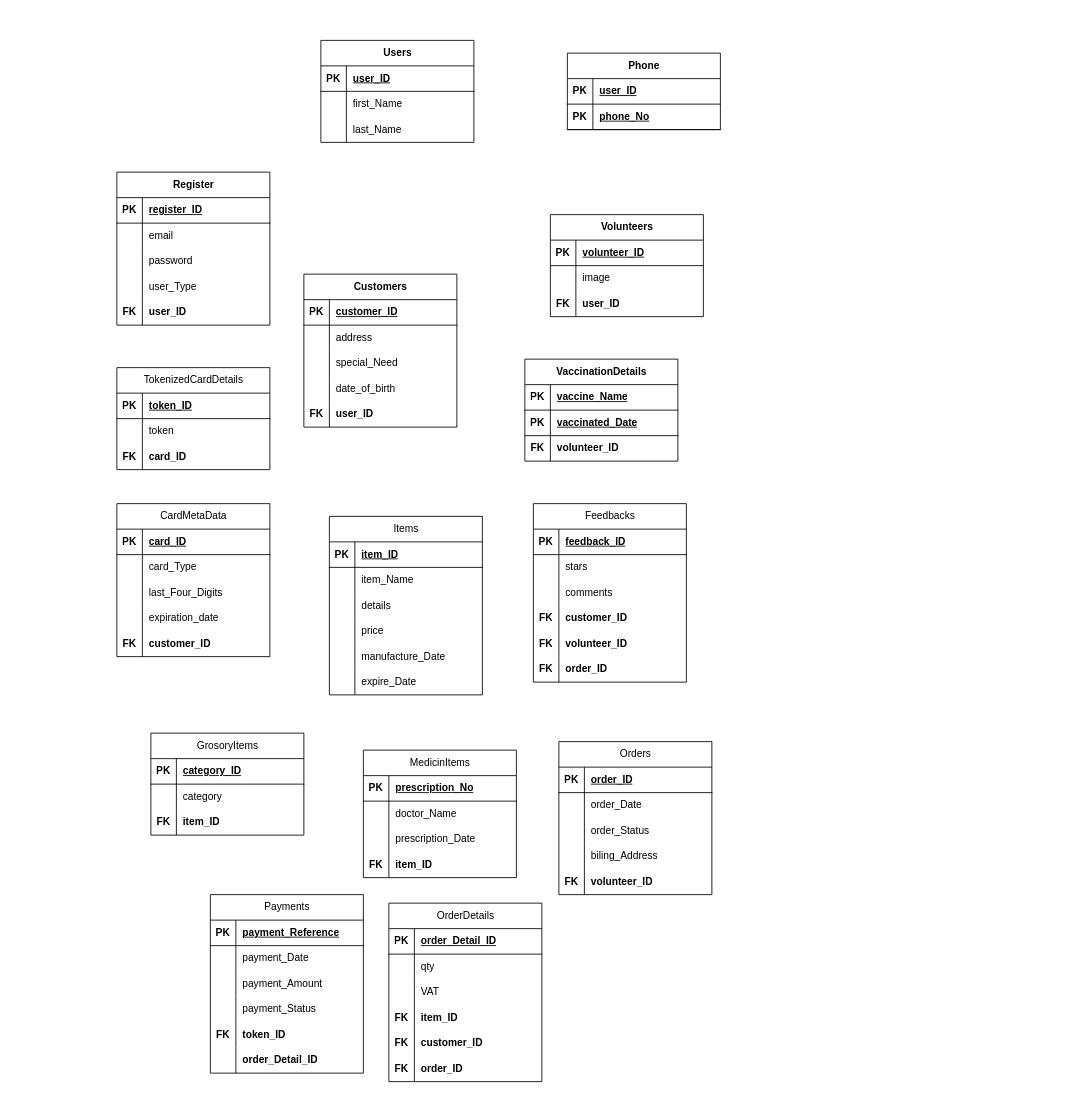
Earlier version of the draw.io diagram System Analysis and Design ER Diagram.drawio (AnjeloM/AnjeloM). Source tidied: cells renumbered, new cells numbered last; positions are measured from the earlier drawing's top-left corner, leaving out a move shared by most shapes. Both pictures are drawn from the tidied source at 85%, with x=0, y=0 at pixel (116, 40).
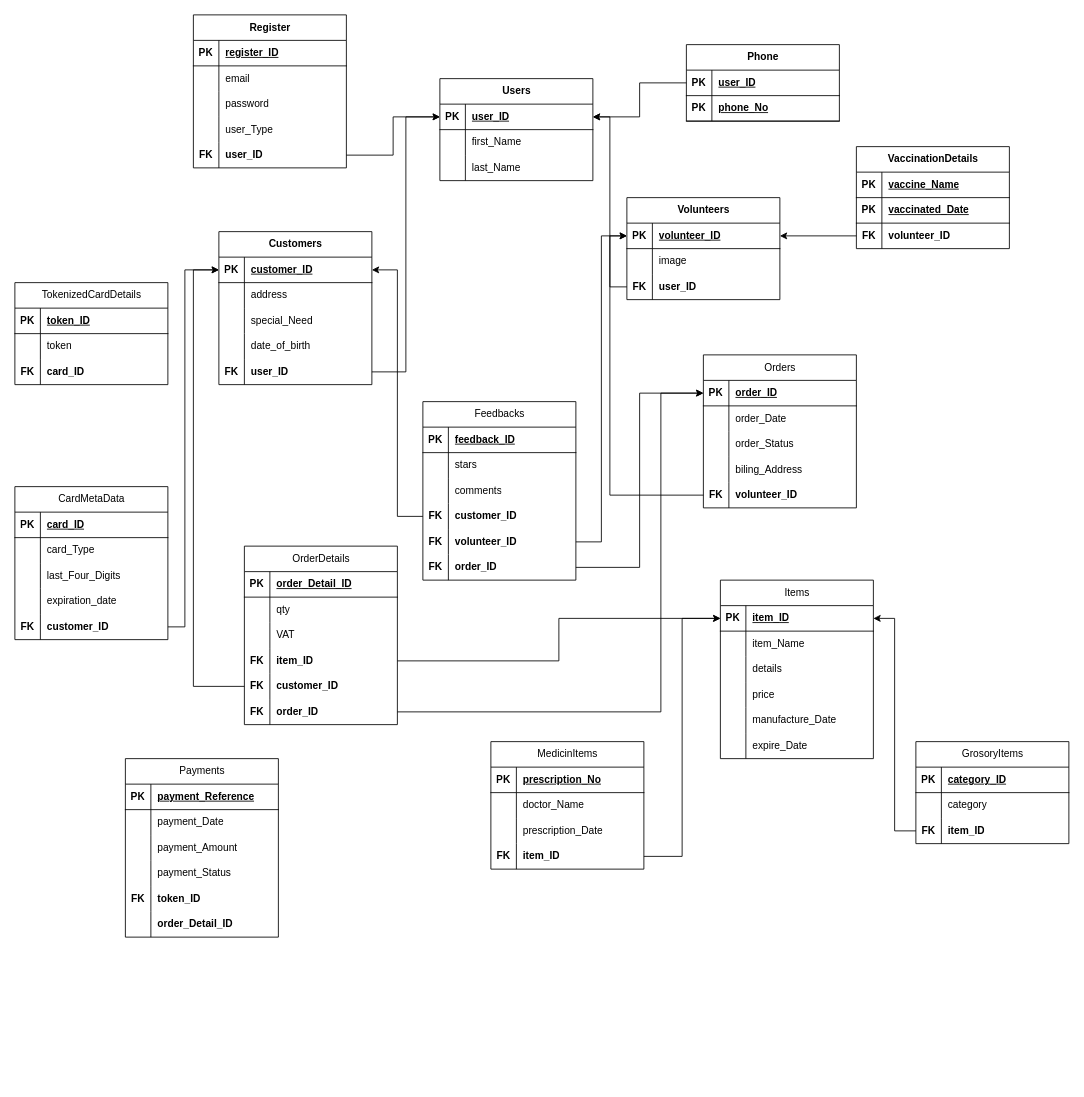
The same page after the edit.

The change refers to these unchanged cells:
```xml
<mxCell id="3" style="shape=tableRow;horizontal=0;startSize=0;swimlaneHead=0;swimlaneBody=0;fillColor=none;points=[[0,0.5],[1,0.5]];portConstraint=eastwest;top=0;left=0;right=0;bottom=1;" parent="2" vertex="1">
  <mxGeometry y="30" width="180" height="30" as="geometry" />
</mxCell>
<mxCell id="13" style="shape=tableRow;horizontal=0;startSize=0;swimlaneHead=0;swimlaneBody=0;fillColor=none;points=[[0,0.5],[1,0.5]];portConstraint=eastwest;top=0;left=0;right=0;bottom=1;" parent="12" vertex="1">
  <mxGeometry y="30" width="180" height="30" as="geometry" />
</mxCell>
<mxCell id="32" style="shape=tableRow;horizontal=0;startSize=0;swimlaneHead=0;swimlaneBody=0;fillColor=none;points=[[0,0.5],[1,0.5]];portConstraint=eastwest;top=0;left=0;right=0;bottom=0;" parent="19" vertex="1">
  <mxGeometry y="150" width="180" height="30" as="geometry" />
</mxCell>
<mxCell id="36" style="shape=tableRow;horizontal=0;startSize=0;swimlaneHead=0;swimlaneBody=0;fillColor=none;points=[[0,0.5],[1,0.5]];portConstraint=eastwest;top=0;left=0;right=0;bottom=1;" parent="35" vertex="1">
  <mxGeometry y="30" width="180" height="30" as="geometry" />
</mxCell>
<mxCell id="48" style="shape=tableRow;horizontal=0;startSize=0;swimlaneHead=0;swimlaneBody=0;fillColor=none;points=[[0,0.5],[1,0.5]];portConstraint=eastwest;top=0;left=0;right=0;bottom=0;" parent="35" vertex="1">
  <mxGeometry y="150" width="180" height="30" as="geometry" />
</mxCell>
<mxCell id="52" style="shape=tableRow;horizontal=0;startSize=0;swimlaneHead=0;swimlaneBody=0;fillColor=none;points=[[0,0.5],[1,0.5]];portConstraint=eastwest;top=0;left=0;right=0;bottom=1;" parent="51" vertex="1">
  <mxGeometry y="30" width="180" height="30" as="geometry" />
</mxCell>
<mxCell id="58" style="shape=tableRow;horizontal=0;startSize=0;swimlaneHead=0;swimlaneBody=0;fillColor=none;points=[[0,0.5],[1,0.5]];portConstraint=eastwest;top=0;left=0;right=0;bottom=0;" parent="51" vertex="1">
  <mxGeometry y="90" width="180" height="30" as="geometry" />
</mxCell>
<mxCell id="68" style="shape=tableRow;horizontal=0;startSize=0;swimlaneHead=0;swimlaneBody=0;fillColor=none;points=[[0,0.5],[1,0.5]];portConstraint=eastwest;top=0;left=0;right=0;bottom=0;" parent="61" vertex="1">
  <mxGeometry y="90" width="180" height="30" as="geometry" />
</mxCell>
<mxCell id="94" style="shape=tableRow;horizontal=0;startSize=0;swimlaneHead=0;swimlaneBody=0;fillColor=none;points=[[0,0.5],[1,0.5]];portConstraint=eastwest;top=0;left=0;right=0;bottom=0;" parent="81" vertex="1">
  <mxGeometry y="150" width="180" height="30" as="geometry" />
</mxCell>
<mxCell id="107" style="shape=tableRow;horizontal=0;startSize=0;swimlaneHead=0;swimlaneBody=0;fillColor=none;points=[[0,0.5],[1,0.5]];portConstraint=eastwest;top=0;left=0;right=0;bottom=0;" parent="97" vertex="1">
  <mxGeometry y="120" width="180" height="30" as="geometry" />
</mxCell>
<mxCell id="110" style="shape=tableRow;horizontal=0;startSize=0;swimlaneHead=0;swimlaneBody=0;fillColor=none;points=[[0,0.5],[1,0.5]];portConstraint=eastwest;top=0;left=0;right=0;bottom=0;" parent="97" vertex="1">
  <mxGeometry y="150" width="180" height="30" as="geometry" />
</mxCell>
<mxCell id="113" style="shape=tableRow;horizontal=0;startSize=0;swimlaneHead=0;swimlaneBody=0;fillColor=none;points=[[0,0.5],[1,0.5]];portConstraint=eastwest;top=0;left=0;right=0;bottom=0;" parent="97" vertex="1">
  <mxGeometry y="180" width="180" height="30" as="geometry" />
</mxCell>
<mxCell id="117" style="shape=tableRow;horizontal=0;startSize=0;swimlaneHead=0;swimlaneBody=0;fillColor=none;points=[[0,0.5],[1,0.5]];portConstraint=eastwest;top=0;left=0;right=0;bottom=1;" parent="116" vertex="1">
  <mxGeometry y="30" width="180" height="30" as="geometry" />
</mxCell>
<mxCell id="142" style="shape=tableRow;horizontal=0;startSize=0;swimlaneHead=0;swimlaneBody=0;fillColor=none;points=[[0,0.5],[1,0.5]];portConstraint=eastwest;top=0;left=0;right=0;bottom=0;" parent="135" vertex="1">
  <mxGeometry y="90" width="180" height="30" as="geometry" />
</mxCell>
<mxCell id="155" style="shape=tableRow;horizontal=0;startSize=0;swimlaneHead=0;swimlaneBody=0;fillColor=none;points=[[0,0.5],[1,0.5]];portConstraint=eastwest;top=0;left=0;right=0;bottom=0;" parent="145" vertex="1">
  <mxGeometry y="120" width="180" height="30" as="geometry" />
</mxCell>
<mxCell id="159" style="shape=tableRow;horizontal=0;startSize=0;swimlaneHead=0;swimlaneBody=0;fillColor=none;points=[[0,0.5],[1,0.5]];portConstraint=eastwest;top=0;left=0;right=0;bottom=1;" parent="158" vertex="1">
  <mxGeometry y="30" width="180" height="30" as="geometry" />
</mxCell>
<mxCell id="171" style="shape=tableRow;horizontal=0;startSize=0;swimlaneHead=0;swimlaneBody=0;fillColor=none;points=[[0,0.5],[1,0.5]];portConstraint=eastwest;top=0;left=0;right=0;bottom=0;" parent="158" vertex="1">
  <mxGeometry y="150" width="180" height="30" as="geometry" />
</mxCell>
<mxCell id="203" style="shape=tableRow;horizontal=0;startSize=0;swimlaneHead=0;swimlaneBody=0;fillColor=none;points=[[0,0.5],[1,0.5]];portConstraint=eastwest;top=0;left=0;right=0;bottom=0;" parent="193" vertex="1">
  <mxGeometry y="120" width="180" height="30" as="geometry" />
</mxCell>
<mxCell id="206" style="shape=tableRow;horizontal=0;startSize=0;swimlaneHead=0;swimlaneBody=0;fillColor=none;points=[[0,0.5],[1,0.5]];portConstraint=eastwest;top=0;left=0;right=0;bottom=0;" parent="193" vertex="1">
  <mxGeometry y="150" width="180" height="30" as="geometry" />
</mxCell>
<mxCell id="209" style="shape=tableRow;horizontal=0;startSize=0;swimlaneHead=0;swimlaneBody=0;fillColor=none;points=[[0,0.5],[1,0.5]];portConstraint=eastwest;top=0;left=0;right=0;bottom=0;" parent="193" vertex="1">
  <mxGeometry y="180" width="180" height="30" as="geometry" />
</mxCell>
```

The edit, as a diff of the source:
```diff
@@
     <mxCell id="2" value="Users" style="shape=table;startSize=30;childLayout=tableLayout;rowLines=0;fontStyle=1;align=center;html=1;" parent="1" vertex="1">
-      <mxGeometry x="240" width="180" height="120" as="geometry" />
+      <mxGeometry x="380" y="45" width="180" height="120" as="geometry" />
     </mxCell>
@@
     <mxCell id="12" value="Phone" style="shape=table;startSize=30;childLayout=tableLayout;rowLines=0;fontStyle=1;align=center;html=1;" parent="1" vertex="1">
-      <mxGeometry x="530" y="15" width="180" height="90" as="geometry" />
+      <mxGeometry x="670" y="5" width="180" height="90" as="geometry" />
     </mxCell>
@@
     <mxCell id="19" value="Register" style="shape=table;startSize=30;childLayout=tableLayout;rowLines=0;fontStyle=1;align=center;html=1;" parent="1" vertex="1">
-      <mxGeometry y="155" width="180" height="180" as="geometry" />
+      <mxGeometry x="90" y="-30" width="180" height="180" as="geometry" />
     </mxCell>
@@
     <mxCell id="35" value="Customers" style="shape=table;startSize=30;childLayout=tableLayout;rowLines=0;fontStyle=1;align=center;html=1;" parent="1" vertex="1">
-      <mxGeometry x="220" y="275" width="180" height="180" as="geometry" />
+      <mxGeometry x="120" y="225" width="180" height="180" as="geometry" />
     </mxCell>
@@
     <mxCell id="51" value="Volunteers" style="shape=table;startSize=30;childLayout=tableLayout;rowLines=0;fontStyle=1;align=center;html=1;" parent="1" vertex="1">
-      <mxGeometry x="510" y="205" width="180" height="120" as="geometry" />
+      <mxGeometry x="600" y="185" width="180" height="120" as="geometry" />
     </mxCell>
@@
     <mxCell id="61" value="VaccinationDetails" style="shape=table;startSize=30;childLayout=tableLayout;rowLines=0;fontStyle=1;align=center;html=1;" parent="1" vertex="1">
-      <mxGeometry x="480" y="375" width="180" height="120" as="geometry" />
+      <mxGeometry x="870" y="125" width="180" height="120" as="geometry" />
     </mxCell>
@@
     <mxCell id="71" value="TokenizedCardDetails" style="shape=table;startSize=30;childLayout=tableLayout;rowLines=0;fontStyle=0;align=center;html=1;" parent="1" vertex="1">
-      <mxGeometry y="385" width="180" height="120" as="geometry" />
+      <mxGeometry x="-120" y="285" width="180" height="120" as="geometry" />
     </mxCell>
@@
     <mxCell id="81" value="CardMetaData" style="shape=table;startSize=30;childLayout=tableLayout;rowLines=0;fontStyle=0;align=center;html=1;" parent="1" vertex="1">
-      <mxGeometry y="545" width="180" height="180" as="geometry" />
+      <mxGeometry x="-120" y="525" width="180" height="180" as="geometry" />
     </mxCell>
@@
     <mxCell id="97" value="Feedbacks" style="shape=table;startSize=30;childLayout=tableLayout;rowLines=0;fontStyle=0;align=center;html=1;" parent="1" vertex="1">
-      <mxGeometry x="490" y="545" width="180" height="210" as="geometry" />
+      <mxGeometry x="360" y="425" width="180" height="210" as="geometry" />
     </mxCell>
@@
     <mxCell id="116" value="Items" style="shape=table;startSize=30;childLayout=tableLayout;rowLines=0;fontStyle=0;align=center;html=1;" parent="1" vertex="1">
-      <mxGeometry x="250" y="560" width="180" height="210" as="geometry" />
+      <mxGeometry x="710" y="635" width="180" height="210" as="geometry" />
     </mxCell>
@@
     <mxCell id="135" value="GrosoryItems" style="shape=table;startSize=30;childLayout=tableLayout;rowLines=0;fontStyle=0;align=center;html=1;" parent="1" vertex="1">
-      <mxGeometry x="40" y="815" width="180" height="120" as="geometry" />
+      <mxGeometry x="940" y="825" width="180" height="120" as="geometry" />
     </mxCell>
@@
     <mxCell id="145" value="MedicinItems" style="shape=table;startSize=30;childLayout=tableLayout;rowLines=0;fontStyle=0;align=center;html=1;" parent="1" vertex="1">
-      <mxGeometry x="290" y="835" width="180" height="150" as="geometry" />
+      <mxGeometry x="440" y="825" width="180" height="150" as="geometry" />
     </mxCell>
@@
     <mxCell id="158" value="Orders" style="shape=table;startSize=30;childLayout=tableLayout;rowLines=0;fontStyle=0;align=center;html=1;" parent="1" vertex="1">
-      <mxGeometry x="520" y="825" width="180" height="180" as="geometry" />
+      <mxGeometry x="690" y="370" width="180" height="180" as="geometry" />
     </mxCell>
@@
     <mxCell id="174" value="Payments" style="shape=table;startSize=30;childLayout=tableLayout;rowLines=0;fontStyle=0;align=center;html=1;" parent="1" vertex="1">
-      <mxGeometry x="110" y="1005" width="180" height="210" as="geometry" />
+      <mxGeometry x="10" y="845" width="180" height="210" as="geometry" />
     </mxCell>
@@
     <mxCell id="193" value="OrderDetails" style="shape=table;startSize=30;childLayout=tableLayout;rowLines=0;fontStyle=0;align=center;html=1;" parent="1" vertex="1">
-      <mxGeometry x="320" y="1015" width="180" height="210" as="geometry" />
+      <mxGeometry x="150" y="595" width="180" height="210" as="geometry" />
     </mxCell>
@@
+    <mxCell id="212" style="edgeStyle=orthogonalEdgeStyle;rounded=0;jettySize=auto;html=1;entryX=0;entryY=0.5;entryDx=0;entryDy=0;" parent="1" edge="1" source="48" target="3">
+      <mxGeometry relative="1" as="geometry" />
+    </mxCell>
+    <mxCell id="213" style="edgeStyle=orthogonalEdgeStyle;rounded=0;jettySize=auto;html=1;entryX=1;entryY=0.5;entryDx=0;entryDy=0;" parent="1" edge="1" source="58" target="3">
+      <mxGeometry relative="1" as="geometry" />
+    </mxCell>
+    <mxCell id="214" style="edgeStyle=orthogonalEdgeStyle;rounded=0;jettySize=auto;html=1;entryX=1;entryY=0.5;entryDx=0;entryDy=0;" parent="1" edge="1" source="13" target="3">
+      <mxGeometry relative="1" as="geometry" />
+    </mxCell>
+    <mxCell id="215" style="edgeStyle=orthogonalEdgeStyle;rounded=0;jettySize=auto;html=1;entryX=0;entryY=0.5;entryDx=0;entryDy=0;" parent="1" edge="1" source="32" target="3">
+      <mxGeometry relative="1" as="geometry" />
+    </mxCell>
+    <mxCell id="216" style="edgeStyle=orthogonalEdgeStyle;rounded=0;jettySize=auto;html=1;entryX=1;entryY=0.5;entryDx=0;entryDy=0;" parent="1" edge="1" source="68" target="52">
+      <mxGeometry relative="1" as="geometry" />
+    </mxCell>
+    <mxCell id="217" style="edgeStyle=orthogonalEdgeStyle;rounded=0;jettySize=auto;html=1;entryX=0;entryY=0.5;entryDx=0;entryDy=0;" parent="1" edge="1" source="155" target="117">
+      <mxGeometry relative="1" as="geometry" />
+    </mxCell>
+    <mxCell id="218" style="edgeStyle=orthogonalEdgeStyle;rounded=0;jettySize=auto;html=1;entryX=0;entryY=0.5;entryDx=0;entryDy=0;" parent="1" edge="1" source="171" target="52">
+      <mxGeometry relative="1" as="geometry">
+        <Array as="points">
+          <mxPoint x="580" y="535" />
+          <mxPoint x="580" y="230" />
+        </Array>
+      </mxGeometry>
+    </mxCell>
+    <mxCell id="219" style="edgeStyle=orthogonalEdgeStyle;rounded=0;jettySize=auto;html=1;entryX=1;entryY=0.5;entryDx=0;entryDy=0;" parent="1" edge="1" source="107" target="36">
+      <mxGeometry relative="1" as="geometry" />
+    </mxCell>
+    <mxCell id="220" style="edgeStyle=orthogonalEdgeStyle;rounded=0;jettySize=auto;html=1;" parent="1" edge="1" source="110" target="52">
+      <mxGeometry relative="1" as="geometry" />
+    </mxCell>
+    <mxCell id="221" style="edgeStyle=orthogonalEdgeStyle;rounded=0;jettySize=auto;html=1;" parent="1" edge="1" source="113" target="159">
+      <mxGeometry relative="1" as="geometry" />
+    </mxCell>
+    <mxCell id="222" style="edgeStyle=orthogonalEdgeStyle;rounded=0;jettySize=auto;html=1;" parent="1" edge="1" source="203" target="117">
+      <mxGeometry relative="1" as="geometry" />
+    </mxCell>
+    <mxCell id="223" style="edgeStyle=orthogonalEdgeStyle;rounded=0;jettySize=auto;html=1;" parent="1" edge="1" source="206" target="36">
+      <mxGeometry relative="1" as="geometry">
+        <Array as="points">
+          <mxPoint x="90" y="760" />
+          <mxPoint x="90" y="270" />
+        </Array>
+      </mxGeometry>
+    </mxCell>
+    <mxCell id="224" style="edgeStyle=orthogonalEdgeStyle;rounded=0;jettySize=auto;html=1;" parent="1" edge="1" source="209" target="159">
+      <mxGeometry relative="1" as="geometry">
+        <Array as="points">
+          <mxPoint x="640" y="790" />
+          <mxPoint x="640" y="415" />
+        </Array>
+      </mxGeometry>
+    </mxCell>
+    <mxCell id="225" style="edgeStyle=orthogonalEdgeStyle;rounded=0;jettySize=auto;html=1;" parent="1" edge="1" source="142" target="117">
+      <mxGeometry relative="1" as="geometry" />
+    </mxCell>
+    <mxCell id="226" style="edgeStyle=orthogonalEdgeStyle;rounded=0;jettySize=auto;html=1;" parent="1" edge="1" source="94" target="36">
+      <mxGeometry relative="1" as="geometry">
+        <Array as="points">
+          <mxPoint x="80" y="690" />
+          <mxPoint x="80" y="270" />
+        </Array>
+      </mxGeometry>
+    </mxCell>
```
